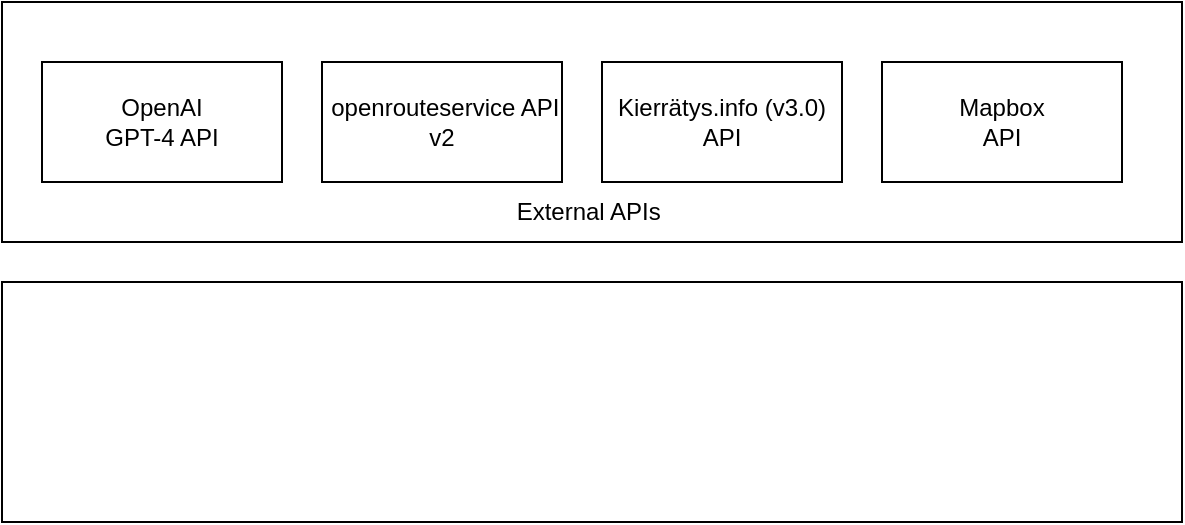
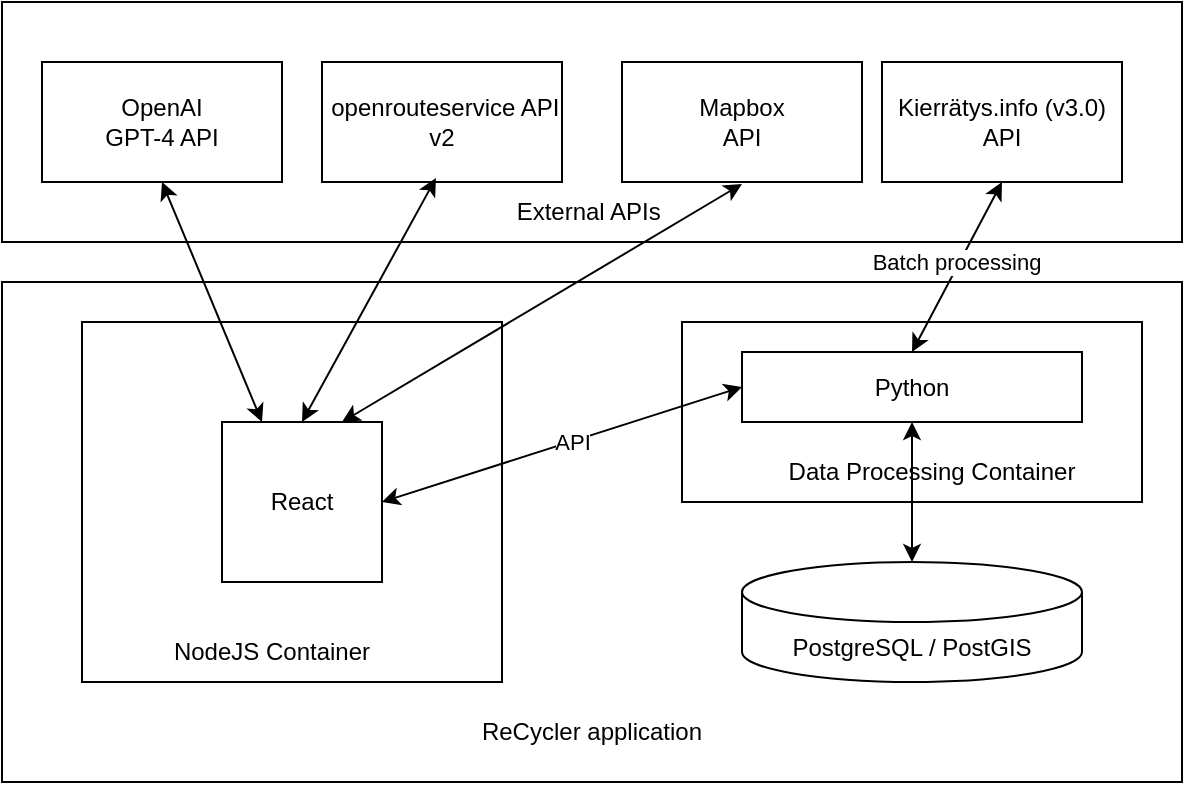
- <mxfile host="app.diagrams.net" modified="2023-12-21T11:27:26.009Z" agent="Mozilla/5.0 (Macintosh; Intel Mac OS X 10_15_7) AppleWebKit/605.1.15 (KHTML, like Gecko) Version/17.1 Safari/605.1.15" etag="wVk4dpBSlM_JsGg9l19D" version="22.1.11" type="github">
+ <mxfile host="app.diagrams.net" modified="2023-12-21T11:50:23.868Z" agent="Mozilla/5.0 (Macintosh; Intel Mac OS X 10_15_7) AppleWebKit/605.1.15 (KHTML, like Gecko) Version/17.1 Safari/605.1.15" etag="jhfe3CUs0JywbiK5-PHc" version="22.1.11" type="github">
  <diagram name="Page-1" id="9zcz33UXx225ZlQHVHOC">
    <mxGraphModel dx="930" dy="611" grid="1" gridSize="10" guides="1" tooltips="1" connect="1" arrows="1" fold="1" page="1" pageScale="1" pageWidth="827" pageHeight="1169" math="0" shadow="0">
      <root>
        <mxCell id="0" />
        <mxCell id="1" parent="0" />
-         <mxCell id="fm4_85k55z0bOuFMnIiU-1" value="" style="rounded=0;whiteSpace=wrap;html=1;" vertex="1" parent="1">
+         <mxCell id="fm4_85k55z0bOuFMnIiU-6" value="" style="rounded=0;whiteSpace=wrap;html=1;align=center;" vertex="1" parent="1">
+           <mxGeometry x="130" y="260" width="590" height="250" as="geometry" />
+         </mxCell>
+         <mxCell id="fm4_85k55z0bOuFMnIiU-30" value="" style="rounded=0;whiteSpace=wrap;html=1;" vertex="1" parent="1">
+           <mxGeometry x="470" y="280" width="230" height="90" as="geometry" />
+         </mxCell>
+         <mxCell id="fm4_85k55z0bOuFMnIiU-1" value="" style="rounded=0;whiteSpace=wrap;html=1;align=center;" vertex="1" parent="1">
          <mxGeometry x="130" y="120" width="590" height="120" as="geometry" />
        </mxCell>
-         <mxCell id="fm4_85k55z0bOuFMnIiU-2" value="OpenAI&lt;br&gt;GPT-4 API" style="rounded=0;whiteSpace=wrap;html=1;" vertex="1" parent="1">
+         <mxCell id="fm4_85k55z0bOuFMnIiU-2" value="OpenAI&lt;br&gt;GPT-4 API" style="rounded=0;whiteSpace=wrap;html=1;align=center;" vertex="1" parent="1">
          <mxGeometry x="150" y="150" width="120" height="60" as="geometry" />
        </mxCell>
-         <mxCell id="fm4_85k55z0bOuFMnIiU-3" value="&amp;nbsp;openrouteservice API v2" style="rounded=0;whiteSpace=wrap;html=1;" vertex="1" parent="1">
+         <mxCell id="fm4_85k55z0bOuFMnIiU-3" value="&amp;nbsp;openrouteservice API v2" style="rounded=0;whiteSpace=wrap;html=1;align=center;" vertex="1" parent="1">
          <mxGeometry x="290" y="150" width="120" height="60" as="geometry" />
        </mxCell>
-         <mxCell id="fm4_85k55z0bOuFMnIiU-4" value="Kierrätys.info (v3.0) API" style="rounded=0;whiteSpace=wrap;html=1;" vertex="1" parent="1">
-           <mxGeometry x="430" y="150" width="120" height="60" as="geometry" />
-         </mxCell>
-         <mxCell id="fm4_85k55z0bOuFMnIiU-5" value="Mapbox&lt;br&gt;API" style="rounded=0;whiteSpace=wrap;html=1;" vertex="1" parent="1">
+         <mxCell id="fm4_85k55z0bOuFMnIiU-4" value="Kierrätys.info (v3.0) API" style="rounded=0;whiteSpace=wrap;html=1;align=center;" vertex="1" parent="1">
          <mxGeometry x="570" y="150" width="120" height="60" as="geometry" />
        </mxCell>
-         <mxCell id="fm4_85k55z0bOuFMnIiU-6" value="" style="rounded=0;whiteSpace=wrap;html=1;" vertex="1" parent="1">
-           <mxGeometry x="130" y="260" width="590" height="120" as="geometry" />
+         <mxCell id="fm4_85k55z0bOuFMnIiU-5" value="Mapbox&lt;br&gt;API" style="rounded=0;whiteSpace=wrap;html=1;align=center;" vertex="1" parent="1">
+           <mxGeometry x="440" y="150" width="120" height="60" as="geometry" />
        </mxCell>
        <mxCell id="fm4_85k55z0bOuFMnIiU-7" value="External APIs&amp;nbsp;" style="text;html=1;strokeColor=none;fillColor=none;align=center;verticalAlign=middle;whiteSpace=wrap;rounded=0;" vertex="1" parent="1">
          <mxGeometry x="340" y="210" width="170" height="30" as="geometry" />
+         </mxCell>
+         <mxCell id="fm4_85k55z0bOuFMnIiU-8" value="ReCycler application" style="text;html=1;strokeColor=none;fillColor=none;align=center;verticalAlign=middle;whiteSpace=wrap;rounded=0;" vertex="1" parent="1">
+           <mxGeometry x="340" y="470" width="170" height="30" as="geometry" />
+         </mxCell>
+         <mxCell id="fm4_85k55z0bOuFMnIiU-13" value="" style="rounded=0;whiteSpace=wrap;html=1;align=center;" vertex="1" parent="1">
+           <mxGeometry x="170" y="280" width="210" height="180" as="geometry" />
+         </mxCell>
+         <mxCell id="fm4_85k55z0bOuFMnIiU-9" value="PostgreSQL / PostGIS" style="shape=cylinder3;whiteSpace=wrap;html=1;boundedLbl=1;backgroundOutline=1;size=15;align=center;" vertex="1" parent="1">
+           <mxGeometry x="500" y="400" width="170" height="60" as="geometry" />
+         </mxCell>
+         <mxCell id="fm4_85k55z0bOuFMnIiU-11" value="React" style="whiteSpace=wrap;html=1;aspect=fixed;align=center;" vertex="1" parent="1">
+           <mxGeometry x="240" y="330" width="80" height="80" as="geometry" />
+         </mxCell>
+         <mxCell id="fm4_85k55z0bOuFMnIiU-14" value="Python" style="rounded=0;whiteSpace=wrap;html=1;align=center;" vertex="1" parent="1">
+           <mxGeometry x="500" y="295" width="170" height="35" as="geometry" />
+         </mxCell>
+         <mxCell id="fm4_85k55z0bOuFMnIiU-16" value="" style="endArrow=classic;startArrow=classic;html=1;rounded=0;entryX=0.5;entryY=1;entryDx=0;entryDy=0;exitX=0.25;exitY=0;exitDx=0;exitDy=0;align=center;" edge="1" parent="1" source="fm4_85k55z0bOuFMnIiU-11" target="fm4_85k55z0bOuFMnIiU-2">
+           <mxGeometry width="50" height="50" relative="1" as="geometry">
+             <mxPoint x="390" y="420" as="sourcePoint" />
+             <mxPoint x="440" y="370" as="targetPoint" />
+           </mxGeometry>
+         </mxCell>
+         <mxCell id="fm4_85k55z0bOuFMnIiU-17" value="" style="endArrow=classic;startArrow=classic;html=1;rounded=0;entryX=0.041;entryY=-0.067;entryDx=0;entryDy=0;exitX=0.5;exitY=0;exitDx=0;exitDy=0;entryPerimeter=0;align=center;" edge="1" parent="1" source="fm4_85k55z0bOuFMnIiU-11" target="fm4_85k55z0bOuFMnIiU-7">
+           <mxGeometry width="50" height="50" relative="1" as="geometry">
+             <mxPoint x="390" y="420" as="sourcePoint" />
+             <mxPoint x="440" y="370" as="targetPoint" />
+           </mxGeometry>
+         </mxCell>
+         <mxCell id="fm4_85k55z0bOuFMnIiU-18" value="" style="endArrow=classic;startArrow=classic;html=1;rounded=0;entryX=0.941;entryY=0.033;entryDx=0;entryDy=0;entryPerimeter=0;exitX=0.75;exitY=0;exitDx=0;exitDy=0;align=center;" edge="1" parent="1" source="fm4_85k55z0bOuFMnIiU-11" target="fm4_85k55z0bOuFMnIiU-7">
+           <mxGeometry width="50" height="50" relative="1" as="geometry">
+             <mxPoint x="350" y="350" as="sourcePoint" />
+             <mxPoint x="440" y="370" as="targetPoint" />
+           </mxGeometry>
+         </mxCell>
+         <mxCell id="fm4_85k55z0bOuFMnIiU-21" value="" style="endArrow=classic;startArrow=classic;html=1;rounded=0;entryX=0.5;entryY=1;entryDx=0;entryDy=0;exitX=0.5;exitY=0;exitDx=0;exitDy=0;align=center;" edge="1" parent="1" source="fm4_85k55z0bOuFMnIiU-14" target="fm4_85k55z0bOuFMnIiU-4">
+           <mxGeometry width="50" height="50" relative="1" as="geometry">
+             <mxPoint x="400" y="360" as="sourcePoint" />
+             <mxPoint x="450" y="310" as="targetPoint" />
+           </mxGeometry>
+         </mxCell>
+         <mxCell id="fm4_85k55z0bOuFMnIiU-34" value="Batch processing" style="edgeLabel;html=1;align=center;verticalAlign=middle;resizable=0;points=[];" vertex="1" connectable="0" parent="fm4_85k55z0bOuFMnIiU-21">
+           <mxGeometry x="-0.0141" relative="1" as="geometry">
+             <mxPoint y="-3" as="offset" />
+           </mxGeometry>
+         </mxCell>
+         <mxCell id="fm4_85k55z0bOuFMnIiU-22" value="" style="endArrow=classic;startArrow=classic;html=1;rounded=0;entryX=0.5;entryY=1;entryDx=0;entryDy=0;exitX=0.5;exitY=0;exitDx=0;exitDy=0;exitPerimeter=0;align=center;" edge="1" parent="1" source="fm4_85k55z0bOuFMnIiU-9" target="fm4_85k55z0bOuFMnIiU-14">
+           <mxGeometry width="50" height="50" relative="1" as="geometry">
+             <mxPoint x="400" y="350" as="sourcePoint" />
+             <mxPoint x="450" y="300" as="targetPoint" />
+           </mxGeometry>
+         </mxCell>
+         <mxCell id="fm4_85k55z0bOuFMnIiU-24" value="NodeJS Container" style="text;html=1;strokeColor=none;fillColor=none;align=center;verticalAlign=middle;whiteSpace=wrap;rounded=0;" vertex="1" parent="1">
+           <mxGeometry x="180" y="430" width="170" height="30" as="geometry" />
+         </mxCell>
+         <mxCell id="fm4_85k55z0bOuFMnIiU-25" value="" style="endArrow=classic;startArrow=classic;html=1;rounded=0;exitX=1;exitY=0.5;exitDx=0;exitDy=0;entryX=0;entryY=0.5;entryDx=0;entryDy=0;" edge="1" parent="1" source="fm4_85k55z0bOuFMnIiU-11" target="fm4_85k55z0bOuFMnIiU-14">
+           <mxGeometry width="50" height="50" relative="1" as="geometry">
+             <mxPoint x="400" y="350" as="sourcePoint" />
+             <mxPoint x="450" y="300" as="targetPoint" />
+           </mxGeometry>
+         </mxCell>
+         <mxCell id="fm4_85k55z0bOuFMnIiU-33" value="API" style="edgeLabel;html=1;align=center;verticalAlign=middle;resizable=0;points=[];" vertex="1" connectable="0" parent="fm4_85k55z0bOuFMnIiU-25">
+           <mxGeometry x="0.0544" relative="1" as="geometry">
+             <mxPoint as="offset" />
+           </mxGeometry>
+         </mxCell>
+         <mxCell id="fm4_85k55z0bOuFMnIiU-31" value="Data Processing Container" style="text;html=1;strokeColor=none;fillColor=none;align=center;verticalAlign=middle;whiteSpace=wrap;rounded=0;" vertex="1" parent="1">
+           <mxGeometry x="510" y="340" width="170" height="30" as="geometry" />
        </mxCell>
      </root>
    </mxGraphModel>
  </diagram>
</mxfile>
